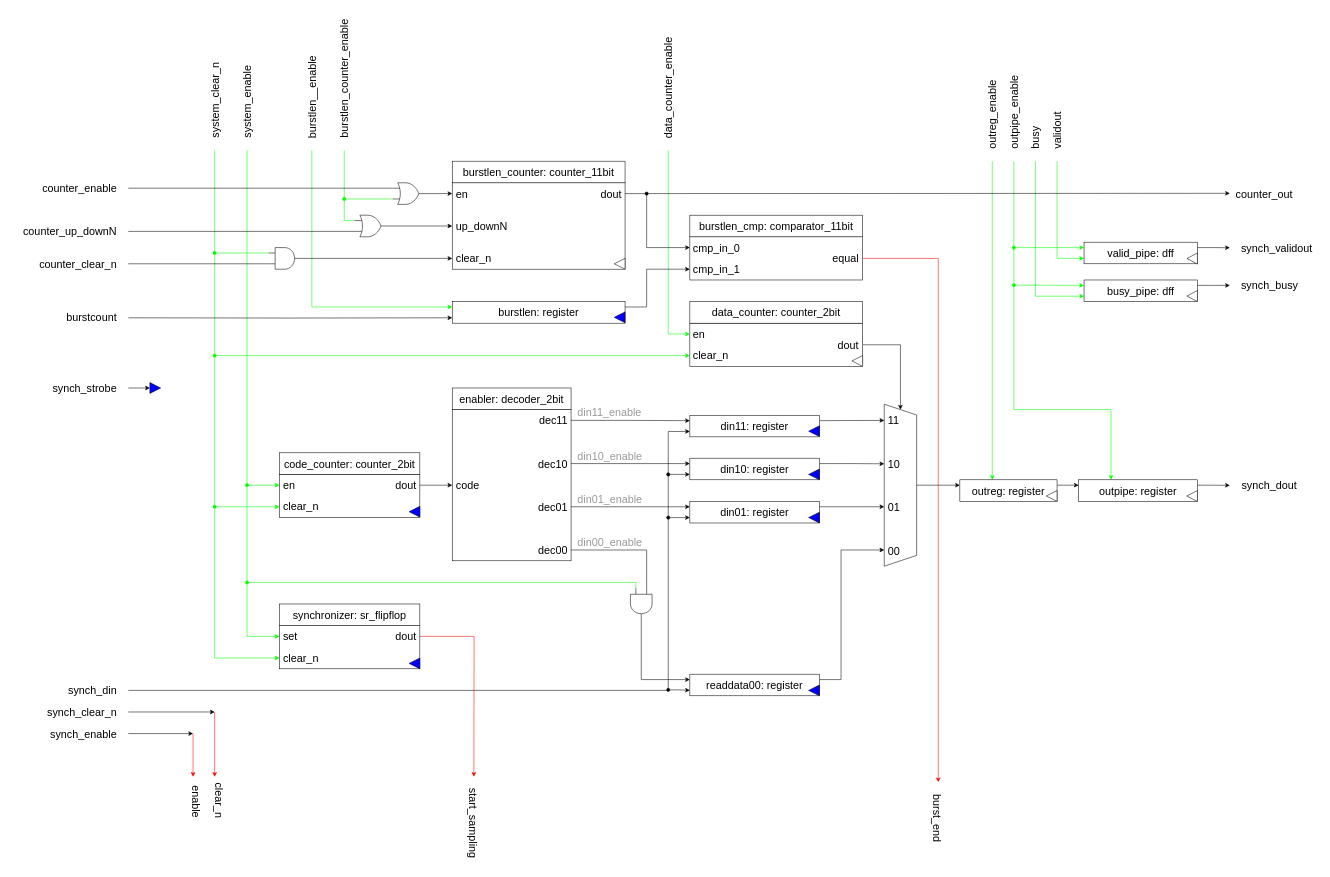
AndreaBononi/Intel_Cyclone10LP_systems keeps this draw.io diagram as page "RTL" (2 of 4) of hyperram_system/ip/avs_to_hram_converter/schematics/synchronizer.drawio. Above is the earlier version. Source tidied: cells renumbered, new cells numbered last; positions are measured from the earlier drawing's top-left corner, leaving out a move shared by most shapes. Both pictures are drawn from the tidied source at 54%, with x=0, y=0 at pixel (9, 63).
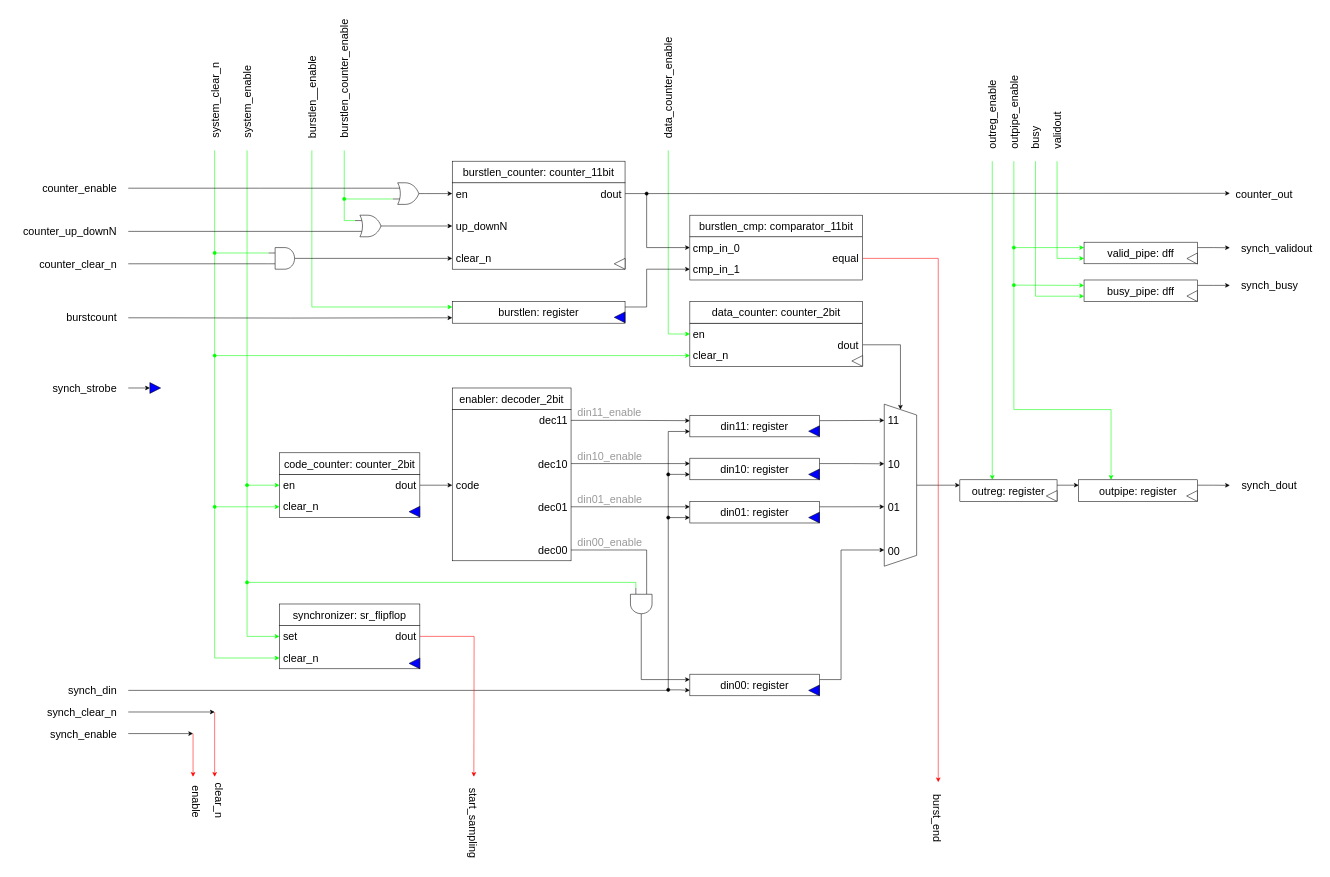
Above is the later version.

What changed in the source:
```diff
@@
-    <mxCell id="138" value="&lt;font style=&quot;font-size: 20px;&quot;&gt;readdata00: register&lt;br style=&quot;font-size: 20px;&quot;&gt;&lt;/font&gt;" style="rounded=0;whiteSpace=wrap;html=1;fontSize=20;" parent="1" vertex="1">
+    <mxCell id="138" value="&lt;font style=&quot;font-size: 20px;&quot;&gt;din00: register&lt;br style=&quot;font-size: 20px;&quot;&gt;&lt;/font&gt;" style="rounded=0;whiteSpace=wrap;html=1;fontSize=20;" parent="1" vertex="1">
       <mxGeometry x="1260" y="1131" width="240" height="40" as="geometry" />
     </mxCell>
```
